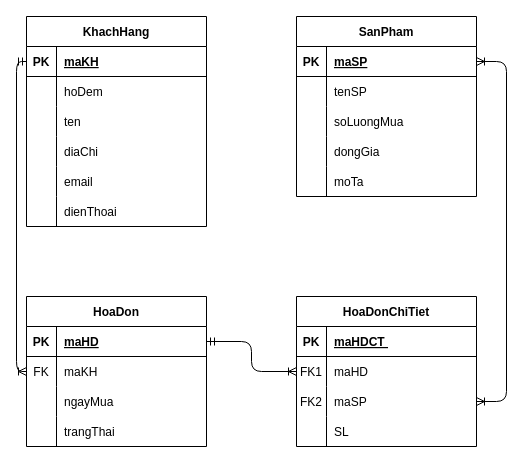
This is page "Buổi 8" (3 of 3) of BTVN.drawio from tuannguyen-1309/Draw, a draw.io file, before an edit. Source tidied: cells renumbered, new cells numbered last; positions are measured from the earlier drawing's top-left corner, leaving out a move shared by most shapes. Both pictures are drawn from the tidied source at 100%, with x=0, y=0 at pixel (26, 16).
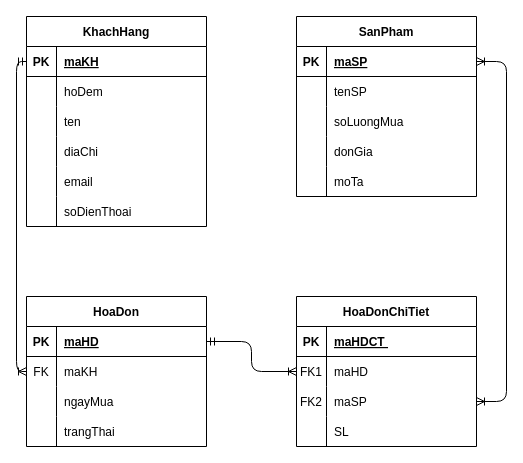
Above is the later version.

The change refers to these unchanged cells:
```xml
<mxCell id="18" style="shape=tableRow;horizontal=0;startSize=0;swimlaneHead=0;swimlaneBody=0;fillColor=none;top=0;left=0;right=0;bottom=0;" parent="2" vertex="1">
  <mxGeometry y="180" width="180" height="30" as="geometry" />
</mxCell>
<mxCell id="31" style="shape=tableRow;horizontal=0;startSize=0;swimlaneHead=0;swimlaneBody=0;fillColor=none;top=0;left=0;right=0;bottom=0;" parent="21" vertex="1">
  <mxGeometry y="120" width="180" height="30" as="geometry" />
</mxCell>
```

Diff of the diagram source:
```diff
@@
-    <mxCell id="20" value="dienThoai" style="shape=partialRectangle;fillColor=none;top=0;left=0;bottom=0;right=0;align=left;spacingLeft=6;overflow=hidden;" parent="18" vertex="1">
+    <mxCell id="20" value="soDienThoai" style="shape=partialRectangle;fillColor=none;top=0;left=0;bottom=0;right=0;align=left;spacingLeft=6;overflow=hidden;" parent="18" vertex="1">
       <mxGeometry x="30" width="150" height="30" as="geometry" />
     </mxCell>
@@
-    <mxCell id="33" value="dongGia" style="shape=partialRectangle;fillColor=none;top=0;left=0;bottom=0;right=0;align=left;spacingLeft=6;overflow=hidden;" parent="31" vertex="1">
+    <mxCell id="33" value="donGia" style="shape=partialRectangle;fillColor=none;top=0;left=0;bottom=0;right=0;align=left;spacingLeft=6;overflow=hidden;" parent="31" vertex="1">
       <mxGeometry x="30" width="150" height="30" as="geometry" />
     </mxCell>
```
